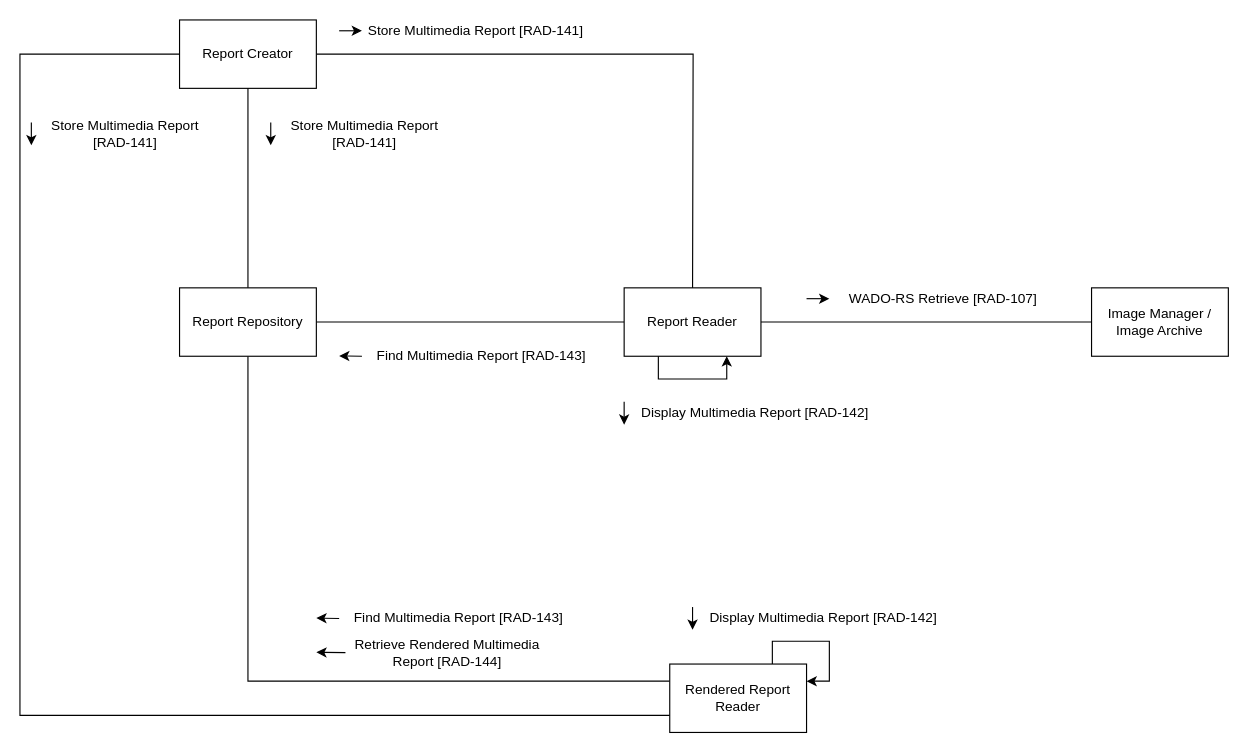
Earlier version of the draw.io diagram page "IHE TI" (2 of 2) of input/images-source/IHE_IMR_actor.drawio (IHE/RAD.IMR). Source tidied: cells renumbered, new cells numbered last; positions are measured from the earlier drawing's top-left corner, leaving out a move shared by most shapes. Both pictures are drawn from the tidied source at 114%, with x=0, y=0 at pixel (19, 19).
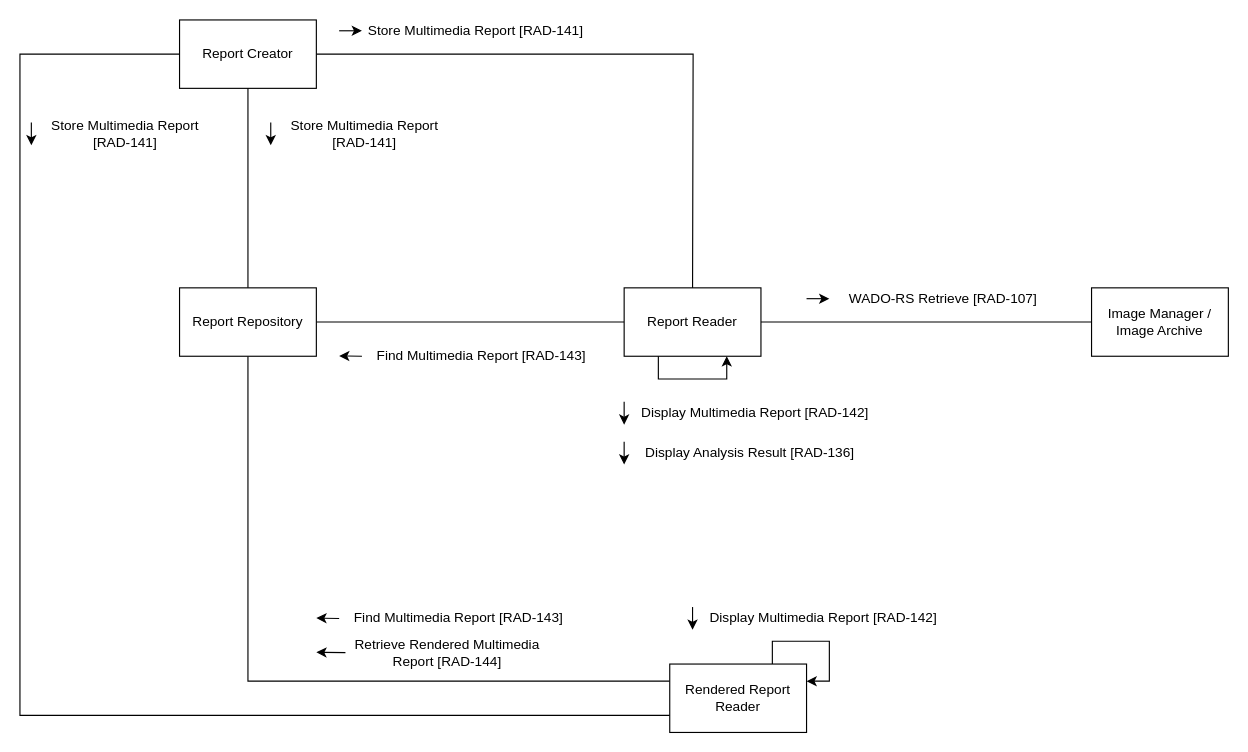
After the change.

Commit message (it also covers changes not shown here):
Added RAD-136 Display Analysis Result to Report Reader.

The edit, as a diff of the source:
```diff
@@
+    <mxCell id="42" style="group;" parent="1" vertex="1">
+      <mxGeometry x="530" y="370" width="210" height="20" as="geometry" />
+    </mxCell>
+    <mxCell id="43" value="Display Analysis Result [RAD-136]" style="text;html=1;strokeColor=none;fillColor=none;align=center;verticalAlign=middle;whiteSpace=wrap;rounded=0;" parent="42" vertex="1">
+      <mxGeometry x="9.5" width="200.5" height="20" as="geometry" />
+    </mxCell>
+    <mxCell id="44" style="endArrow=classic;html=1;" parent="42" edge="1">
+      <mxGeometry relative="1" as="geometry">
+        <mxPoint as="sourcePoint" />
+        <mxPoint y="20" as="targetPoint" />
+      </mxGeometry>
+    </mxCell>
```
